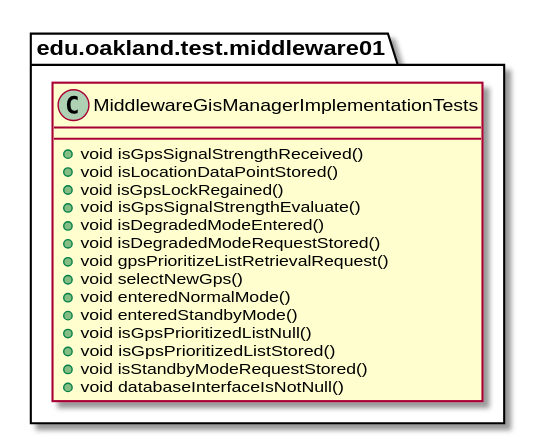
andrewdimmer/csi-3370-software-project keeps this PlantUML diagram as docs/uml-class-diagrams/middleware01/test/MiddlewareGisManagerImplementationTests/MiddlewareGisManagerImplementationTests.svg. Above is the earlier version.
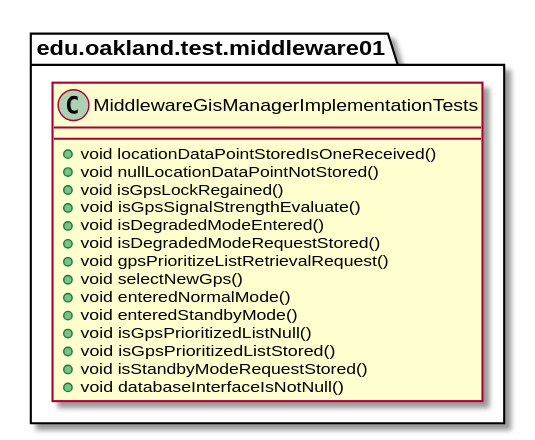
Later version of the same file.

Diff of the diagram source:
```diff
@@ -2,8 +2,8 @@
 
 package edu.oakland.test.middleware01 {
   class MiddlewareGisManagerImplementationTests {
-    + void isGpsSignalStrengthReceived()
-    + void isLocationDataPointStored()
+    + void locationDataPointStoredIsOneReceived()
+    + void nullLocationDataPointNotStored()
     + void isGpsLockRegained()
     + void isGpsSignalStrengthEvaluate()
     + void isDegradedModeEntered()
```
